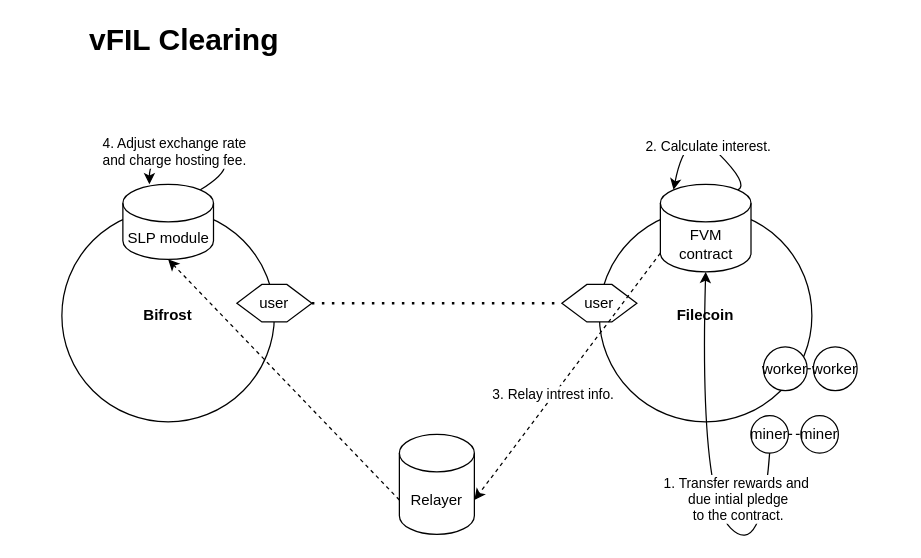
Earlier version of the draw.io diagram vfil-clearing-fvm.drawio (herryho/flowchars). Source tidied: cells renumbered, new cells numbered last; positions are measured from the earlier drawing's top-left corner, leaving out a move shared by most shapes. Both pictures are drawn from the tidied source at 125%, with x=0, y=0 at pixel (21, 21).
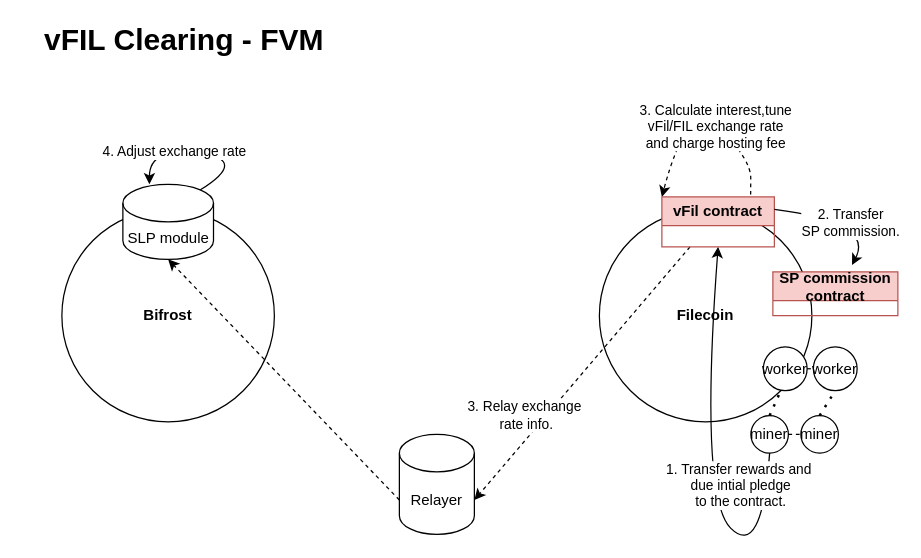
Above is the later version.

Unchanged cells that the change refers to:
```xml
<mxCell id="3" value="&lt;b&gt;Filecoin&lt;/b&gt;" style="ellipse;whiteSpace=wrap;html=1;" parent="1" vertex="1">
  <mxGeometry x="462" y="150" width="170" height="170" as="geometry" />
</mxCell>
<mxCell id="10" value="Relayer" style="shape=cylinder3;whiteSpace=wrap;html=1;boundedLbl=1;backgroundOutline=1;size=15;" parent="1" vertex="1">
  <mxGeometry x="302" y="330" width="60" height="80" as="geometry" />
</mxCell>
<mxCell id="11" value="miner" style="ellipse;whiteSpace=wrap;html=1;" parent="1" vertex="1">
  <mxGeometry x="583.2" y="315" width="30" height="30" as="geometry" />
</mxCell>
<mxCell id="12" value="miner" style="ellipse;whiteSpace=wrap;html=1;" parent="1" vertex="1">
  <mxGeometry x="623.2" y="315" width="30" height="30" as="geometry" />
</mxCell>
<mxCell id="18" value="worker" style="ellipse;whiteSpace=wrap;html=1;" parent="1" vertex="1">
  <mxGeometry x="633.2" y="260" width="35" height="35" as="geometry" />
</mxCell>
<mxCell id="22" style="curved=1;endArrow=classic;html=1;rounded=0;exitX=0.855;exitY=0;exitDx=0;exitDy=4.35;exitPerimeter=0;entryX=0.293;entryY=0;entryDx=0;entryDy=0;entryPerimeter=0;" parent="1" edge="1" source="9" target="9">
  <mxGeometry relative="1" as="geometry">
    <Array as="points">
      <mxPoint x="182" y="110" />
      <mxPoint x="102" y="100" />
    </Array>
  </mxGeometry>
</mxCell>
```

Diff of the diagram source:
```diff
@@
-    <mxCell id="4" value="user" style="shape=hexagon;perimeter=hexagonPerimeter2;whiteSpace=wrap;html=1;fixedSize=1;" parent="1" vertex="1">
-      <mxGeometry x="172" y="210" width="60" height="30" as="geometry" />
-    </mxCell>
-    <mxCell id="5" value="user" style="shape=hexagon;perimeter=hexagonPerimeter2;whiteSpace=wrap;html=1;fixedSize=1;" parent="1" vertex="1">
-      <mxGeometry x="432" y="210" width="60" height="30" as="geometry" />
-    </mxCell>
-    <mxCell id="6" style="endArrow=none;dashed=1;html=1;dashPattern=1 3;strokeWidth=2;rounded=0;exitX=1;exitY=0.5;exitDx=0;exitDy=0;entryX=0;entryY=0.5;entryDx=0;entryDy=0;" parent="1" edge="1" source="4" target="5">
-      <mxGeometry relative="1" as="geometry" />
-    </mxCell>
-    <mxCell id="7" value="FVM contract" style="shape=cylinder3;whiteSpace=wrap;html=1;boundedLbl=1;backgroundOutline=1;size=15;" parent="1" vertex="1">
-      <mxGeometry x="510.8" y="130" width="72.5" height="70" as="geometry" />
-    </mxCell>
@@
-    <mxCell id="14" style="endArrow=classic;html=1;rounded=0;dashed=1;exitX=0;exitY=1;exitDx=0;exitDy=-15;exitPerimeter=0;entryX=1;entryY=0;entryDx=0;entryDy=52.5;entryPerimeter=0;" parent="1" edge="1" source="7" target="10">
+    <mxCell id="14" style="endArrow=classic;html=1;rounded=0;dashed=1;exitX=0.25;exitY=1;exitDx=0;exitDy=0;entryX=1;entryY=0;entryDx=0;entryDy=52.5;entryPerimeter=0;" parent="1" edge="1" source="26" target="10">
       <mxGeometry relative="1" as="geometry" />
     </mxCell>
-    <mxCell id="15" value="3. Relay intrest info." style="edgeLabel;html=1;align=center;verticalAlign=middle;" parent="14" vertex="1">
-      <mxGeometry x="0.15" y="-1" relative="1" as="geometry" />
+    <mxCell id="15" value="3. Relay exchange&lt;br&gt;&amp;nbsp;rate info." style="edgeLabel;html=1;align=center;verticalAlign=middle;" parent="14" vertex="1">
+      <mxGeometry x="0.15" y="-1" relative="1" as="geometry">
+        <mxPoint x="-33" y="19" as="offset" />
+      </mxGeometry>
     </mxCell>
@@
-    <mxCell id="17" value="vFIL Clearing" style="text;html=1;strokeColor=none;fillColor=none;align=center;verticalAlign=middle;whiteSpace=wrap;rounded=0;fontStyle=1;fontSize=24;" parent="1" vertex="1">
+    <mxCell id="17" value="vFIL Clearing - FVM" style="text;html=1;strokeColor=none;fillColor=none;align=center;verticalAlign=middle;whiteSpace=wrap;rounded=0;fontStyle=1;fontSize=24;" parent="1" vertex="1">
       <mxGeometry width="260" height="30" as="geometry" />
     </mxCell>
@@
-    <mxCell id="20" style="curved=1;endArrow=classic;html=1;rounded=0;exitX=0.5;exitY=1;exitDx=0;exitDy=0;entryX=0.5;entryY=1;entryDx=0;entryDy=0;entryPerimeter=0;" parent="1" edge="1" source="11" target="7">
+    <mxCell id="20" style="curved=1;endArrow=classic;html=1;rounded=0;exitX=0.5;exitY=1;exitDx=0;exitDy=0;entryX=0.5;entryY=1;entryDx=0;entryDy=0;" parent="1" edge="1" source="11" target="26">
       <mxGeometry relative="1" as="geometry">
         <Array as="points">
           <mxPoint x="592" y="430" />
           <mxPoint x="542" y="380" />
         </Array>
       </mxGeometry>
     </mxCell>
@@
-    <mxCell id="23" value="4. Adjust exchange rate &lt;br&gt;and charge hosting fee." style="edgeLabel;html=1;align=center;verticalAlign=middle;" parent="22" vertex="1">
+    <mxCell id="23" value="4. Adjust exchange rate" style="edgeLabel;html=1;align=center;verticalAlign=middle;" parent="22" vertex="1">
       <mxGeometry x="0.36" y="1" relative="1" as="geometry" />
     </mxCell>
-    <mxCell id="24" style="curved=1;endArrow=classic;html=1;rounded=0;exitX=0.855;exitY=0;exitDx=0;exitDy=4.35;exitPerimeter=0;entryX=0.145;entryY=0;entryDx=0;entryDy=4.35;entryPerimeter=0;" parent="1" edge="1" source="7" target="7">
+    <mxCell id="24" style="curved=1;endArrow=classic;html=1;rounded=0;dashed=1;entryX=0;entryY=0;entryDx=0;entryDy=0;" parent="1" edge="1" target="26">
       <mxGeometry relative="1" as="geometry">
+        <mxPoint x="583" y="150" as="sourcePoint" />
         <Array as="points">
-          <mxPoint x="582" y="130" />
-          <mxPoint x="532" y="80" />
+          <mxPoint x="583" y="140" />
+          <mxPoint x="583.2" y="110" />
+          <mxPoint x="533.2" y="60" />
         </Array>
       </mxGeometry>
     </mxCell>
-    <mxCell id="25" value="2. Calculate interest." style="edgeLabel;html=1;align=center;verticalAlign=middle;" parent="24" vertex="1">
+    <mxCell id="25" value="3. Calculate interest,tune &lt;br&gt;vFil/FIL exchange rate&lt;br&gt;and charge hosting fee" style="edgeLabel;html=1;align=center;verticalAlign=middle;" parent="24" vertex="1">
       <mxGeometry x="-0.18" y="2" relative="1" as="geometry" />
     </mxCell>
+    <mxCell id="26" value="vFil contract" style="swimlane;whiteSpace=wrap;html=1;fillColor=#f8cecc;strokeColor=#b85450;" parent="1" vertex="1">
+      <mxGeometry x="512" y="140" width="90" height="40" as="geometry" />
+    </mxCell>
+    <mxCell id="27" style="endArrow=none;dashed=1;html=1;dashPattern=1 3;strokeWidth=2;rounded=0;entryX=1;entryY=1;entryDx=0;entryDy=0;exitX=0.5;exitY=0;exitDx=0;exitDy=0;" parent="1" edge="1" source="11" target="3">
+      <mxGeometry relative="1" as="geometry" />
+    </mxCell>
+    <mxCell id="28" style="endArrow=none;dashed=1;html=1;dashPattern=1 3;strokeWidth=2;rounded=0;entryX=0.5;entryY=1;entryDx=0;entryDy=0;exitX=0.5;exitY=0;exitDx=0;exitDy=0;" parent="1" edge="1" source="12" target="18">
+      <mxGeometry relative="1" as="geometry" />
+    </mxCell>
+    <mxCell id="29" value="SP commission contract" style="swimlane;whiteSpace=wrap;html=1;fillColor=#f8cecc;strokeColor=#b85450;" parent="1" vertex="1">
+      <mxGeometry x="600.8" y="200" width="100" height="35" as="geometry" />
+    </mxCell>
+    <mxCell id="30" style="curved=1;endArrow=classic;html=1;rounded=0;exitX=1;exitY=0.25;exitDx=0;exitDy=0;entryX=0.633;entryY=-0.157;entryDx=0;entryDy=0;entryPerimeter=0;" parent="1" edge="1" source="26" target="29">
+      <mxGeometry relative="1" as="geometry">
+        <Array as="points">
+          <mxPoint x="682" y="160" />
+        </Array>
+      </mxGeometry>
+    </mxCell>
+    <mxCell id="31" value="2. Transfer &lt;br&gt;SP commission." style="edgeLabel;html=1;align=center;verticalAlign=middle;" parent="30" vertex="1">
+      <mxGeometry x="-0.52" y="-2" relative="1" as="geometry">
+        <mxPoint x="32" y="5" as="offset" />
+      </mxGeometry>
+    </mxCell>
```
